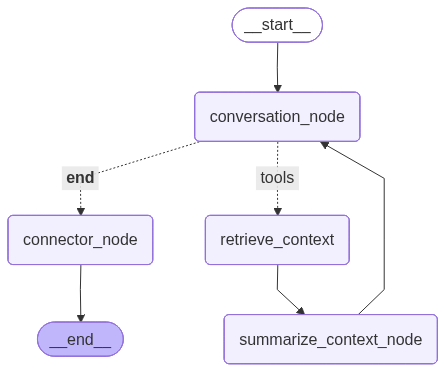
deldesir/gateway keeps this Mermaid diagram as graph_artifacts/graph.png. Above is the earlier version. Its source is kept beside it as graph_artifacts/graph.mmd. The source it was exported from:
```mermaid
---
config:
  flowchart:
    curve: linear
---
graph TD;
	__start__([<p>__start__</p>]):::first
	conversation_node(conversation_node)
	retrieve_context(retrieve_context)
	summarize_context_node(summarize_context_node)
	connector_node(connector_node)
	__end__([<p>__end__</p>]):::last
	__start__ --> conversation_node;
	conversation_node -. &nbsp;__end__&nbsp; .-> connector_node;
	conversation_node -. &nbsp;tools&nbsp; .-> retrieve_context;
	retrieve_context --> summarize_context_node;
	summarize_context_node --> conversation_node;
	connector_node --> __end__;
	classDef default fill:#f2f0ff,line-height:1.2
	classDef first fill-opacity:0
	classDef last fill:#bfb6fc
```
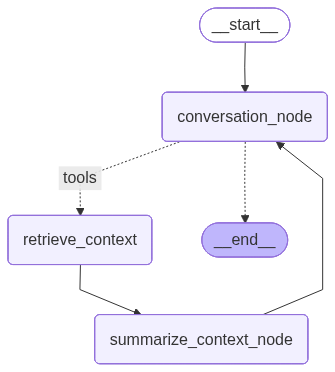
After the commit.

Commit message:
1. added summarizer llm, 2. removed connector node

The edit, as a diff of the source:
```diff
@@ -8,14 +8,12 @@
 	conversation_node(conversation_node)
 	retrieve_context(retrieve_context)
 	summarize_context_node(summarize_context_node)
-	connector_node(connector_node)
 	__end__([<p>__end__</p>]):::last
 	__start__ --> conversation_node;
-	conversation_node -. &nbsp;__end__&nbsp; .-> connector_node;
+	conversation_node -.-> __end__;
 	conversation_node -. &nbsp;tools&nbsp; .-> retrieve_context;
 	retrieve_context --> summarize_context_node;
 	summarize_context_node --> conversation_node;
-	connector_node --> __end__;
 	classDef default fill:#f2f0ff,line-height:1.2
 	classDef first fill-opacity:0
 	classDef last fill:#bfb6fc
```
